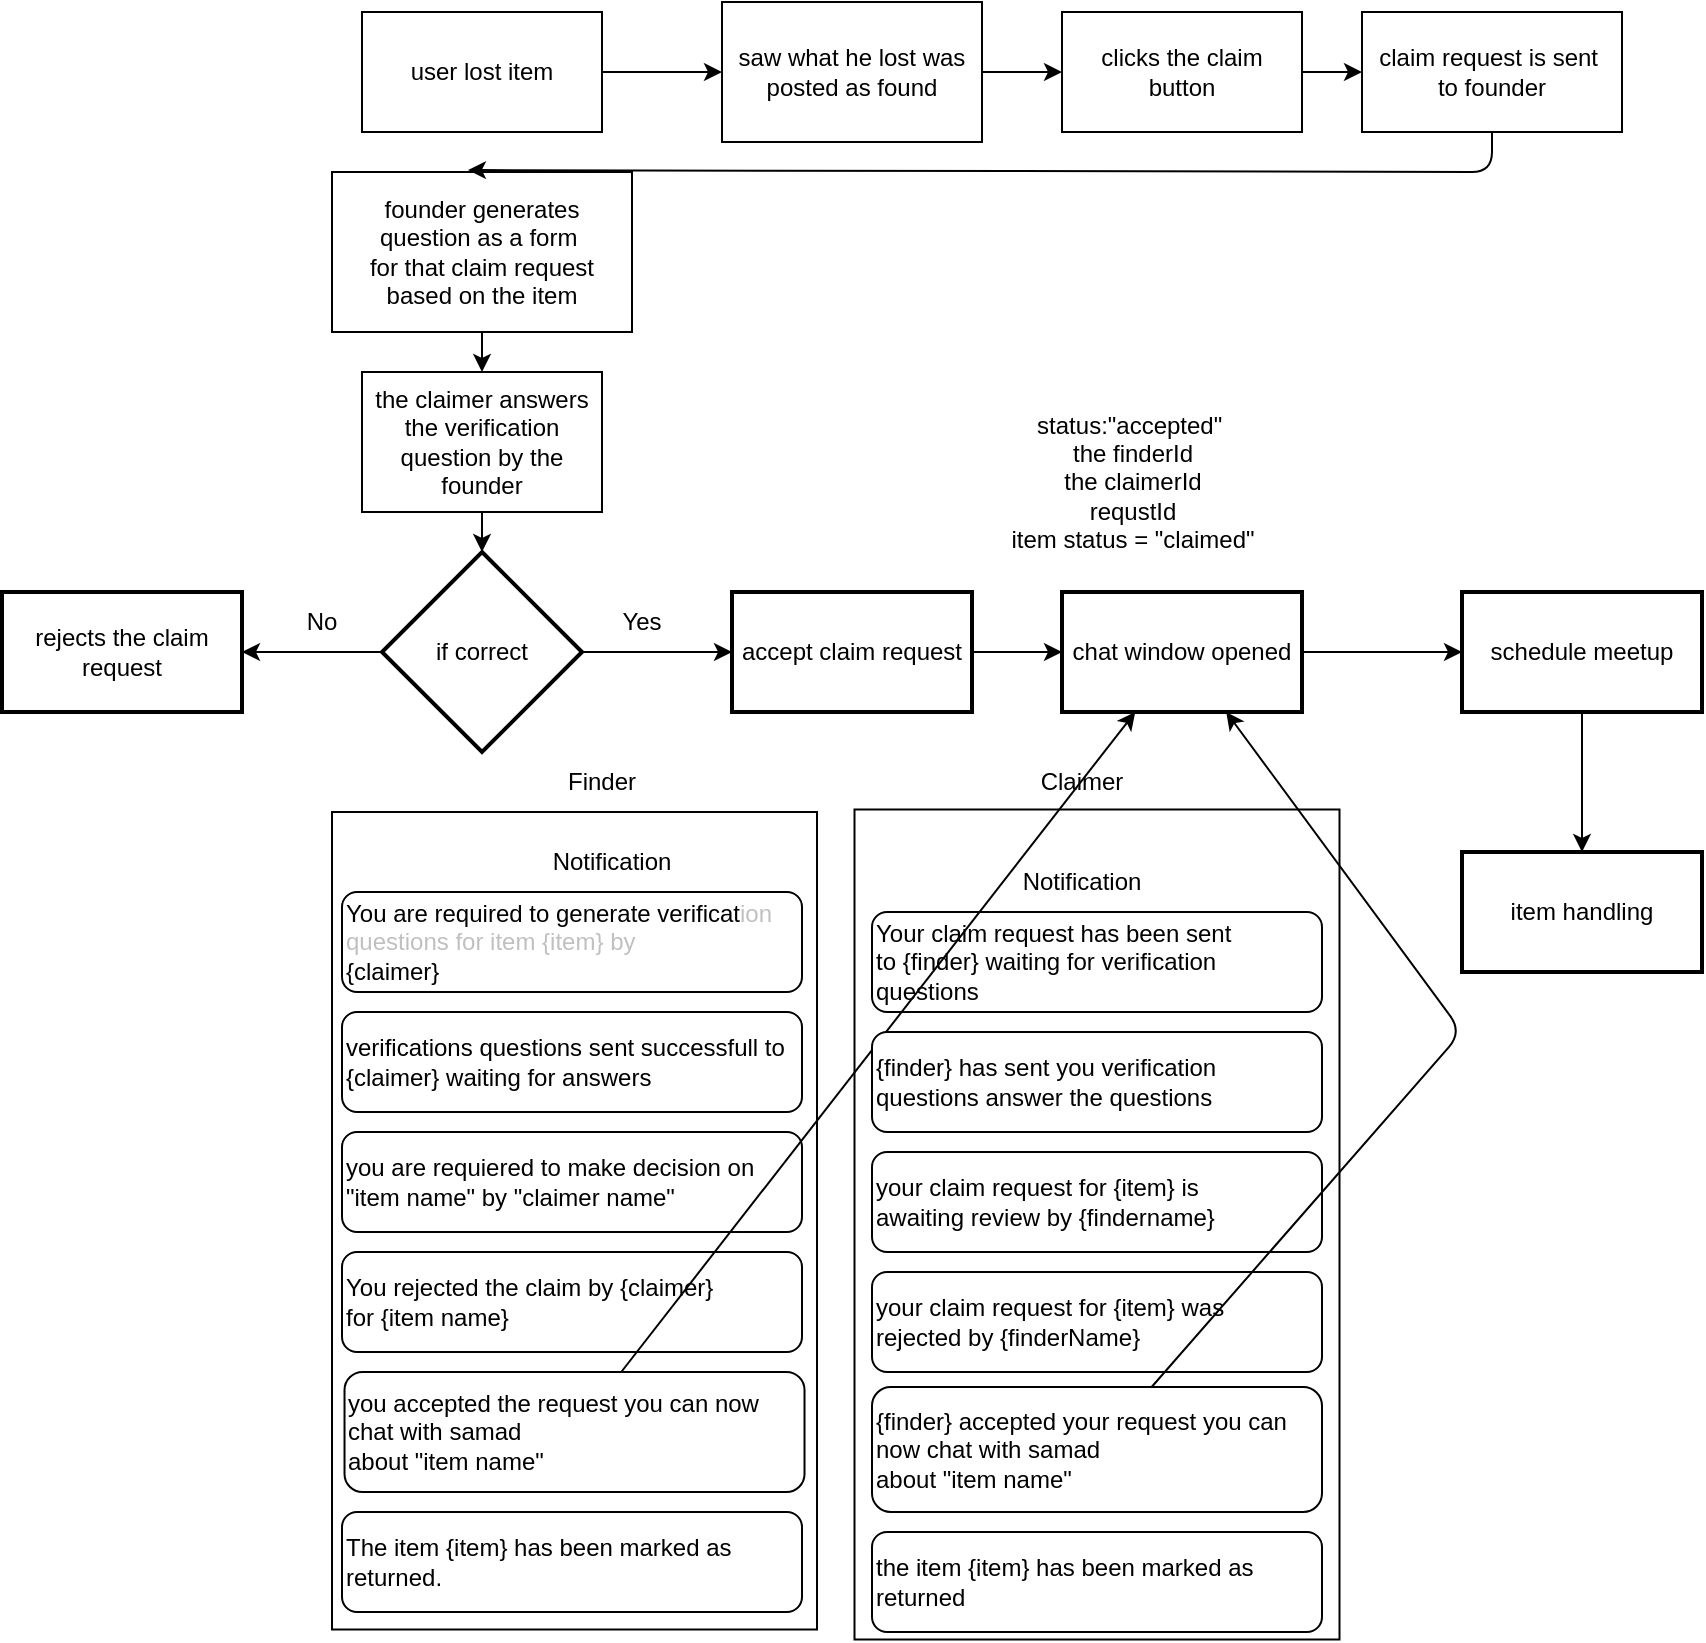
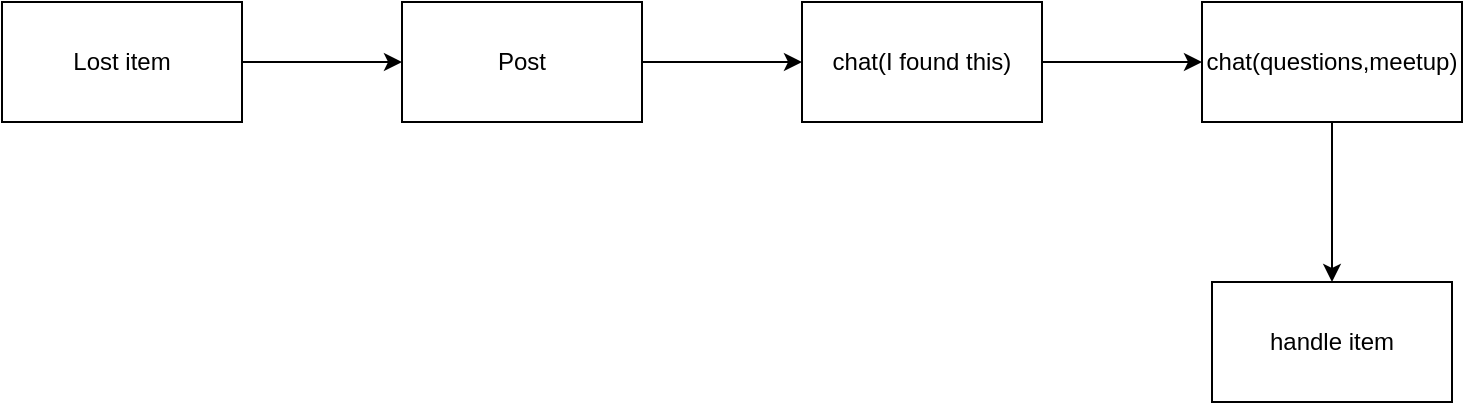
<mxfile host="65bd71144e">
    <diagram id="sjTv0YCN3FJlPjP7VC1Z" name="Page-1">
-         <mxGraphModel dx="1696" dy="475" grid="1" gridSize="10" guides="1" tooltips="1" connect="1" arrows="1" fold="1" page="1" pageScale="1" pageWidth="850" pageHeight="1100" math="0" shadow="0">
+         <mxGraphModel dx="870" dy="475" grid="1" gridSize="10" guides="1" tooltips="1" connect="1" arrows="1" fold="1" page="1" pageScale="1" pageWidth="850" pageHeight="1100" math="0" shadow="0">
            <root>
                <mxCell id="0"/>
                <mxCell id="1" parent="0"/>
-                 <mxCell id="12" value="" style="edgeStyle=none;html=1;" parent="1" source="5" target="6" edge="1">
+                 <mxCell id="64" value="" style="edgeStyle=none;html=1;" edge="1" parent="1" source="62" target="63">
                    <mxGeometry relative="1" as="geometry"/>
                </mxCell>
-                 <mxCell id="5" value="user lost item" style="rounded=0;whiteSpace=wrap;html=1;" parent="1" vertex="1">
-                     <mxGeometry x="100" y="130" width="120" height="60" as="geometry"/>
+                 <mxCell id="62" value="Lost item" style="whiteSpace=wrap;html=1;" vertex="1" parent="1">
+                     <mxGeometry x="200" y="80" width="120" height="60" as="geometry"/>
                </mxCell>
-                 <mxCell id="13" value="" style="edgeStyle=none;html=1;" parent="1" source="6" target="7" edge="1">
+                 <mxCell id="66" value="" style="edgeStyle=none;html=1;" edge="1" parent="1" source="63" target="65">
                    <mxGeometry relative="1" as="geometry"/>
                </mxCell>
-                 <mxCell id="6" value="saw what he lost was&lt;div&gt;posted as found&lt;/div&gt;" style="rounded=0;whiteSpace=wrap;html=1;" parent="1" vertex="1">
-                     <mxGeometry x="280" y="125" width="130" height="70" as="geometry"/>
+                 <mxCell id="63" value="Post" style="whiteSpace=wrap;html=1;" vertex="1" parent="1">
+                     <mxGeometry x="400" y="80" width="120" height="60" as="geometry"/>
                </mxCell>
-                 <mxCell id="14" value="" style="edgeStyle=none;html=1;" parent="1" source="7" target="8" edge="1">
+                 <mxCell id="68" value="" style="edgeStyle=none;html=1;" edge="1" parent="1" source="65" target="67">
                    <mxGeometry relative="1" as="geometry"/>
                </mxCell>
-                 <mxCell id="7" value="clicks the claim&lt;div&gt;button&lt;/div&gt;" style="rounded=0;whiteSpace=wrap;html=1;" parent="1" vertex="1">
-                     <mxGeometry x="450" y="130" width="120" height="60" as="geometry"/>
+                 <mxCell id="65" value="chat(I found this)" style="whiteSpace=wrap;html=1;" vertex="1" parent="1">
+                     <mxGeometry x="600" y="80" width="120" height="60" as="geometry"/>
                </mxCell>
-                 <mxCell id="8" value="claim request is sent&amp;nbsp;&lt;div&gt;to founder&lt;/div&gt;" style="rounded=0;whiteSpace=wrap;html=1;" parent="1" vertex="1">
-                     <mxGeometry x="600" y="130" width="130" height="60" as="geometry"/>
-                 </mxCell>
-                 <mxCell id="31" value="" style="edgeStyle=none;html=1;" parent="1" source="9" target="30" edge="1">
+                 <mxCell id="70" value="" style="edgeStyle=none;html=1;" edge="1" parent="1" source="67" target="69">
                    <mxGeometry relative="1" as="geometry"/>
                </mxCell>
-                 <mxCell id="9" value="founder generates&lt;div&gt;question as a form&amp;nbsp;&lt;/div&gt;&lt;div&gt;for that claim request&lt;/div&gt;&lt;div&gt;based on the item&lt;/div&gt;" style="rounded=0;whiteSpace=wrap;html=1;" parent="1" vertex="1">
-                     <mxGeometry x="85" y="210" width="150" height="80" as="geometry"/>
+                 <mxCell id="67" value="chat(questions,meetup)" style="whiteSpace=wrap;html=1;" vertex="1" parent="1">
+                     <mxGeometry x="800" y="80" width="130" height="60" as="geometry"/>
                </mxCell>
-                 <mxCell id="15" style="edgeStyle=none;html=1;entryX=0.453;entryY=-0.012;entryDx=0;entryDy=0;entryPerimeter=0;" parent="1" source="8" target="9" edge="1">
-                     <mxGeometry relative="1" as="geometry">
-                         <mxPoint x="150" y="250" as="targetPoint"/>
-                         <Array as="points">
-                             <mxPoint x="665" y="210"/>
-                         </Array>
-                     </mxGeometry>
-                 </mxCell>
-                 <mxCell id="19" value="" style="edgeStyle=none;html=1;" parent="1" source="16" target="18" edge="1">
-                     <mxGeometry relative="1" as="geometry"/>
-                 </mxCell>
-                 <mxCell id="21" value="" style="edgeStyle=none;html=1;" parent="1" source="16" target="20" edge="1">
-                     <mxGeometry relative="1" as="geometry"/>
-                 </mxCell>
-                 <mxCell id="16" value="if correct" style="strokeWidth=2;html=1;shape=mxgraph.flowchart.decision;whiteSpace=wrap;" parent="1" vertex="1">
-                     <mxGeometry x="110" y="400" width="100" height="100" as="geometry"/>
-                 </mxCell>
-                 <mxCell id="18" value="rejects the claim request" style="whiteSpace=wrap;html=1;strokeWidth=2;" parent="1" vertex="1">
-                     <mxGeometry x="-80" y="420" width="120" height="60" as="geometry"/>
-                 </mxCell>
-                 <mxCell id="25" value="" style="edgeStyle=none;html=1;" parent="1" source="20" target="24" edge="1">
-                     <mxGeometry relative="1" as="geometry"/>
-                 </mxCell>
-                 <mxCell id="20" value="accept claim request" style="whiteSpace=wrap;html=1;strokeWidth=2;" parent="1" vertex="1">
-                     <mxGeometry x="285" y="420" width="120" height="60" as="geometry"/>
-                 </mxCell>
-                 <mxCell id="22" value="No" style="text;html=1;align=center;verticalAlign=middle;whiteSpace=wrap;rounded=0;" parent="1" vertex="1">
-                     <mxGeometry x="50" y="420" width="60" height="30" as="geometry"/>
-                 </mxCell>
-                 <mxCell id="23" value="Yes" style="text;html=1;align=center;verticalAlign=middle;whiteSpace=wrap;rounded=0;" parent="1" vertex="1">
-                     <mxGeometry x="210" y="420" width="60" height="30" as="geometry"/>
-                 </mxCell>
-                 <mxCell id="29" value="" style="edgeStyle=none;html=1;" parent="1" source="24" target="28" edge="1">
-                     <mxGeometry relative="1" as="geometry"/>
-                 </mxCell>
-                 <mxCell id="24" value="chat window opened" style="whiteSpace=wrap;html=1;strokeWidth=2;" parent="1" vertex="1">
-                     <mxGeometry x="450" y="420" width="120" height="60" as="geometry"/>
-                 </mxCell>
-                 <mxCell id="60" value="" style="edgeStyle=none;html=1;" parent="1" source="28" target="59" edge="1">
-                     <mxGeometry relative="1" as="geometry"/>
-                 </mxCell>
-                 <mxCell id="28" value="schedule meetup" style="whiteSpace=wrap;html=1;strokeWidth=2;" parent="1" vertex="1">
-                     <mxGeometry x="650" y="420" width="120" height="60" as="geometry"/>
-                 </mxCell>
-                 <mxCell id="32" value="" style="edgeStyle=none;html=1;" parent="1" source="30" target="16" edge="1">
-                     <mxGeometry relative="1" as="geometry"/>
-                 </mxCell>
-                 <mxCell id="30" value="the claimer answers&lt;div&gt;the verification question by the founder&lt;/div&gt;" style="whiteSpace=wrap;html=1;" parent="1" vertex="1">
-                     <mxGeometry x="100" y="310" width="120" height="70" as="geometry"/>
-                 </mxCell>
-                 <mxCell id="38" value="" style="rounded=0;whiteSpace=wrap;html=1;rotation=90;" parent="1" vertex="1">
-                     <mxGeometry x="1.88" y="613.13" width="408.75" height="242.5" as="geometry"/>
-                 </mxCell>
-                 <mxCell id="35" value="Notification" style="text;html=1;align=center;verticalAlign=middle;whiteSpace=wrap;rounded=0;" parent="1" vertex="1">
-                     <mxGeometry x="170" y="540" width="110" height="30" as="geometry"/>
-                 </mxCell>
-                 <mxCell id="36" value="you accepted the request you can now chat with samad&lt;div&gt;about &quot;item name&quot;&lt;/div&gt;" style="rounded=1;whiteSpace=wrap;html=1;align=left;" parent="1" vertex="1">
-                     <mxGeometry x="91.26" y="810" width="230" height="60" as="geometry"/>
-                 </mxCell>
-                 <mxCell id="37" value="&lt;div style=&quot;&quot;&gt;&lt;span style=&quot;background-color: transparent;&quot;&gt;you are requiered to make decision on &quot;item name&quot; by &quot;claimer name&quot;&lt;/span&gt;&lt;/div&gt;" style="rounded=1;whiteSpace=wrap;html=1;align=left;" parent="1" vertex="1">
-                     <mxGeometry x="90" y="690" width="230" height="50" as="geometry"/>
-                 </mxCell>
-                 <mxCell id="40" value="You rejected the claim by {claimer}&lt;div&gt;for {item name}&lt;/div&gt;" style="rounded=1;whiteSpace=wrap;html=1;align=left;" parent="1" vertex="1">
-                     <mxGeometry x="90" y="750" width="230" height="50" as="geometry"/>
-                 </mxCell>
-                 <mxCell id="41" value="The item {item} has been marked as&amp;nbsp;&lt;div&gt;returned.&lt;/div&gt;" style="rounded=1;whiteSpace=wrap;html=1;align=left;" parent="1" vertex="1">
-                     <mxGeometry x="90" y="880" width="230" height="50" as="geometry"/>
-                 </mxCell>
-                 <mxCell id="43" value="" style="rounded=0;whiteSpace=wrap;html=1;rotation=90;" parent="1" vertex="1">
-                     <mxGeometry x="260" y="615" width="415" height="242.5" as="geometry"/>
-                 </mxCell>
-                 <mxCell id="44" value="Notification" style="text;html=1;align=center;verticalAlign=middle;whiteSpace=wrap;rounded=0;" parent="1" vertex="1">
-                     <mxGeometry x="405" y="550" width="110" height="30" as="geometry"/>
-                 </mxCell>
-                 <mxCell id="45" value="{finder} accepted your request you can now chat with samad&lt;div&gt;about &quot;item name&quot;&lt;/div&gt;" style="rounded=1;whiteSpace=wrap;html=1;align=left;" parent="1" vertex="1">
-                     <mxGeometry x="355" y="817.5" width="225" height="62.5" as="geometry"/>
-                 </mxCell>
-                 <mxCell id="46" value="&lt;div style=&quot;&quot;&gt;your claim request for {item} is&amp;nbsp;&lt;/div&gt;&lt;div style=&quot;&quot;&gt;awaiting review by {findername}&lt;/div&gt;" style="rounded=1;whiteSpace=wrap;html=1;align=left;" parent="1" vertex="1">
-                     <mxGeometry x="355" y="700" width="225" height="50" as="geometry"/>
-                 </mxCell>
-                 <mxCell id="47" value="your claim request for {item} was&amp;nbsp;&lt;div&gt;rejected by {finderName}&lt;/div&gt;" style="rounded=1;whiteSpace=wrap;html=1;align=left;" parent="1" vertex="1">
-                     <mxGeometry x="355" y="760" width="225" height="50" as="geometry"/>
-                 </mxCell>
-                 <mxCell id="48" value="the item {item} has been marked as&lt;div&gt;returned&lt;/div&gt;" style="rounded=1;whiteSpace=wrap;html=1;align=left;" parent="1" vertex="1">
-                     <mxGeometry x="355" y="890" width="225" height="50" as="geometry"/>
-                 </mxCell>
-                 <mxCell id="49" value="Finder" style="text;html=1;align=center;verticalAlign=middle;whiteSpace=wrap;rounded=0;" parent="1" vertex="1">
-                     <mxGeometry x="190" y="500" width="60" height="30" as="geometry"/>
-                 </mxCell>
-                 <mxCell id="51" value="Claimer" style="text;html=1;align=center;verticalAlign=middle;whiteSpace=wrap;rounded=0;" parent="1" vertex="1">
-                     <mxGeometry x="430" y="500" width="60" height="30" as="geometry"/>
-                 </mxCell>
-                 <mxCell id="52" value="You are required to generate verificat&lt;span style=&quot;color: rgb(192, 192, 192); background-color: transparent;&quot;&gt;ion questions for item {item} by&amp;nbsp;&lt;/span&gt;&lt;div&gt;{claimer}&lt;/div&gt;" style="rounded=1;whiteSpace=wrap;html=1;align=left;" parent="1" vertex="1">
-                     <mxGeometry x="90" y="570" width="230" height="50" as="geometry"/>
-                 </mxCell>
-                 <mxCell id="53" value="Your claim request has been sent&lt;div&gt;to {finder} waiting for verification&lt;/div&gt;&lt;div&gt;questions&lt;/div&gt;" style="rounded=1;whiteSpace=wrap;html=1;align=left;" parent="1" vertex="1">
-                     <mxGeometry x="355" y="580" width="225" height="50" as="geometry"/>
-                 </mxCell>
-                 <mxCell id="54" style="edgeStyle=none;html=1;" parent="1" source="45" target="24" edge="1">
-                     <mxGeometry relative="1" as="geometry">
-                         <Array as="points">
-                             <mxPoint x="650" y="640"/>
-                         </Array>
-                     </mxGeometry>
-                 </mxCell>
-                 <mxCell id="56" style="edgeStyle=none;html=1;" parent="1" source="36" target="24" edge="1">
-                     <mxGeometry relative="1" as="geometry">
-                         <mxPoint x="50" y="770" as="targetPoint"/>
-                     </mxGeometry>
-                 </mxCell>
-                 <mxCell id="57" value="status:&quot;accepted&quot;&amp;nbsp;&lt;div&gt;the finderId&lt;/div&gt;&lt;div&gt;the claimerId&lt;/div&gt;&lt;div&gt;requstId&lt;/div&gt;&lt;div&gt;item status = &quot;claimed&quot;&lt;/div&gt;" style="text;html=1;align=center;verticalAlign=middle;resizable=0;points=[];autosize=1;strokeColor=none;fillColor=none;" parent="1" vertex="1">
-                     <mxGeometry x="410" y="320" width="150" height="90" as="geometry"/>
-                 </mxCell>
-                 <mxCell id="59" value="item handling" style="whiteSpace=wrap;html=1;strokeWidth=2;" parent="1" vertex="1">
-                     <mxGeometry x="650" y="550" width="120" height="60" as="geometry"/>
-                 </mxCell>
-                 <mxCell id="61" value="&lt;div style=&quot;&quot;&gt;verifications questions sent successfull to&amp;nbsp;&lt;/div&gt;&lt;div style=&quot;&quot;&gt;{claimer} waiting for answers&lt;/div&gt;" style="rounded=1;whiteSpace=wrap;html=1;align=left;" vertex="1" parent="1">
-                     <mxGeometry x="90" y="630" width="230" height="50" as="geometry"/>
-                 </mxCell>
-                 <mxCell id="62" value="&lt;div style=&quot;&quot;&gt;{finder} has sent you verification questions answer the questions&lt;/div&gt;" style="rounded=1;whiteSpace=wrap;html=1;align=left;" vertex="1" parent="1">
-                     <mxGeometry x="355" y="640" width="225" height="50" as="geometry"/>
+                 <mxCell id="69" value="handle item" style="whiteSpace=wrap;html=1;" vertex="1" parent="1">
+                     <mxGeometry x="805" y="220" width="120" height="60" as="geometry"/>
                </mxCell>
            </root>
        </mxGraphModel>
    </diagram>
</mxfile>